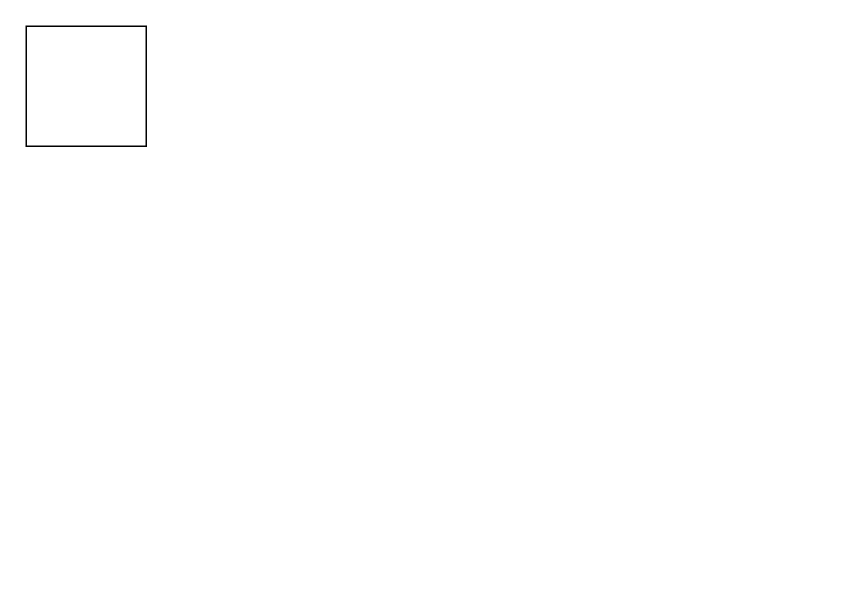
The draw.io diagram AImSoft.drawio in clencyc/AimSoft-Feedback-Analysis, before the edit. Source tidied: cells renumbered, new cells numbered last; positions are measured from the earlier drawing's top-left corner, leaving out a move shared by most shapes. Both pictures are drawn from the tidied source at 150%, with x=0, y=0 at pixel (26, 26).
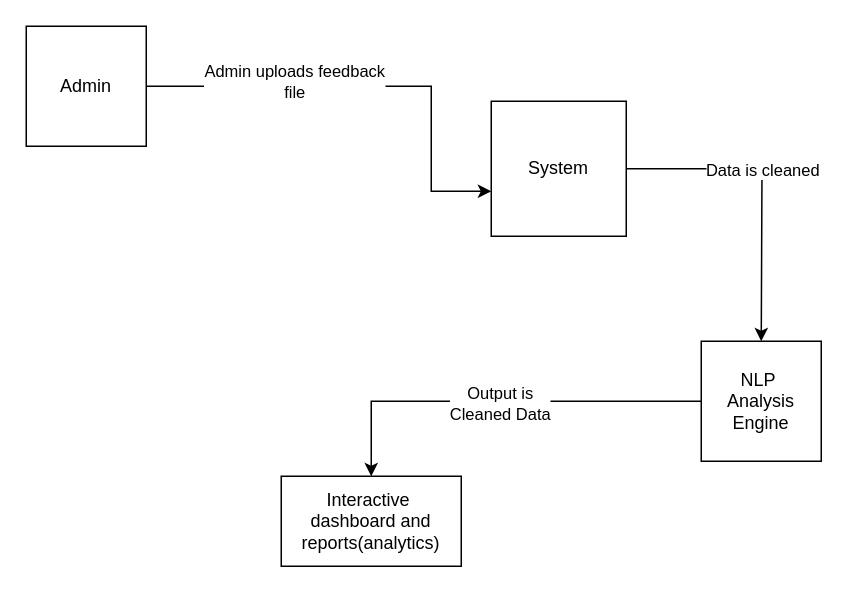
The same diagram, later.

Diff of the diagram source:
```diff
@@
 <mxGraphModel>
   <root>
     <mxCell id="0" />
     <mxCell id="1" parent="0" />
+    <mxCell id="3" style="edgeStyle=orthogonalEdgeStyle;rounded=0;jettySize=auto;html=1;exitX=1;exitY=0.5;exitDx=0;exitDy=0;" parent="1" edge="1" source="2">
+      <mxGeometry relative="1" as="geometry">
+        <mxPoint x="310" y="110" as="targetPoint" />
+        <Array as="points">
+          <mxPoint x="270" y="40" />
+          <mxPoint x="270" y="110" />
+        </Array>
+      </mxGeometry>
+    </mxCell>
+    <mxCell id="4" value="&lt;div&gt;Admin uploads feedback&lt;/div&gt;&lt;div&gt;file&lt;/div&gt;" style="edgeLabel;html=1;align=center;verticalAlign=middle;" parent="3" vertex="1">
+      <mxGeometry x="-0.35" y="4" relative="1" as="geometry" />
+    </mxCell>
-    <mxCell id="2" style="whiteSpace=wrap;html=1;" parent="1" vertex="1">
+    <mxCell id="2" value="Admin" style="whiteSpace=wrap;html=1;" parent="1" vertex="1">
       <mxGeometry width="80" height="80" as="geometry" />
     </mxCell>
+    <mxCell id="5" style="edgeStyle=orthogonalEdgeStyle;rounded=0;jettySize=auto;html=1;exitX=1;exitY=0.5;exitDx=0;exitDy=0;" parent="1" edge="1" source="7">
+      <mxGeometry relative="1" as="geometry">
+        <mxPoint x="490" y="210" as="targetPoint" />
+      </mxGeometry>
+    </mxCell>
+    <mxCell id="6" value="Data is cleaned" style="edgeLabel;html=1;align=center;verticalAlign=middle;" parent="5" vertex="1">
+      <mxGeometry x="-0.34" y="3" relative="1" as="geometry">
+        <mxPoint x="22" y="3" as="offset" />
+      </mxGeometry>
+    </mxCell>
+    <mxCell id="7" value="System" style="whiteSpace=wrap;html=1;" parent="1" vertex="1">
+      <mxGeometry x="310" y="50" width="90" height="90" as="geometry" />
+    </mxCell>
+    <mxCell id="8" style="edgeStyle=orthogonalEdgeStyle;rounded=0;jettySize=auto;html=1;" parent="1" edge="1" source="10" target="11">
+      <mxGeometry relative="1" as="geometry" />
+    </mxCell>
+    <mxCell id="9" value="&lt;div&gt;Output is&lt;/div&gt;&lt;div&gt;Cleaned Data&lt;/div&gt;" style="edgeLabel;html=1;align=center;verticalAlign=middle;" parent="8" vertex="1">
+      <mxGeometry y="1" relative="1" as="geometry" />
+    </mxCell>
+    <mxCell id="10" value="&lt;div&gt;NLP&amp;nbsp;&lt;/div&gt;&lt;div&gt;Analysis&lt;/div&gt;&lt;div&gt;Engine&lt;/div&gt;" style="whiteSpace=wrap;html=1;" parent="1" vertex="1">
+      <mxGeometry x="450" y="210" width="80" height="80" as="geometry" />
+    </mxCell>
+    <mxCell id="11" value="&lt;div&gt;Interactive&amp;nbsp;&lt;/div&gt;&lt;div&gt;dashboard and reports(analytics)&lt;/div&gt;" style="rounded=0;whiteSpace=wrap;html=1;" parent="1" vertex="1">
+      <mxGeometry x="170" y="300" width="120" height="60" as="geometry" />
+    </mxCell>
   </root>
 </mxGraphModel>
```
